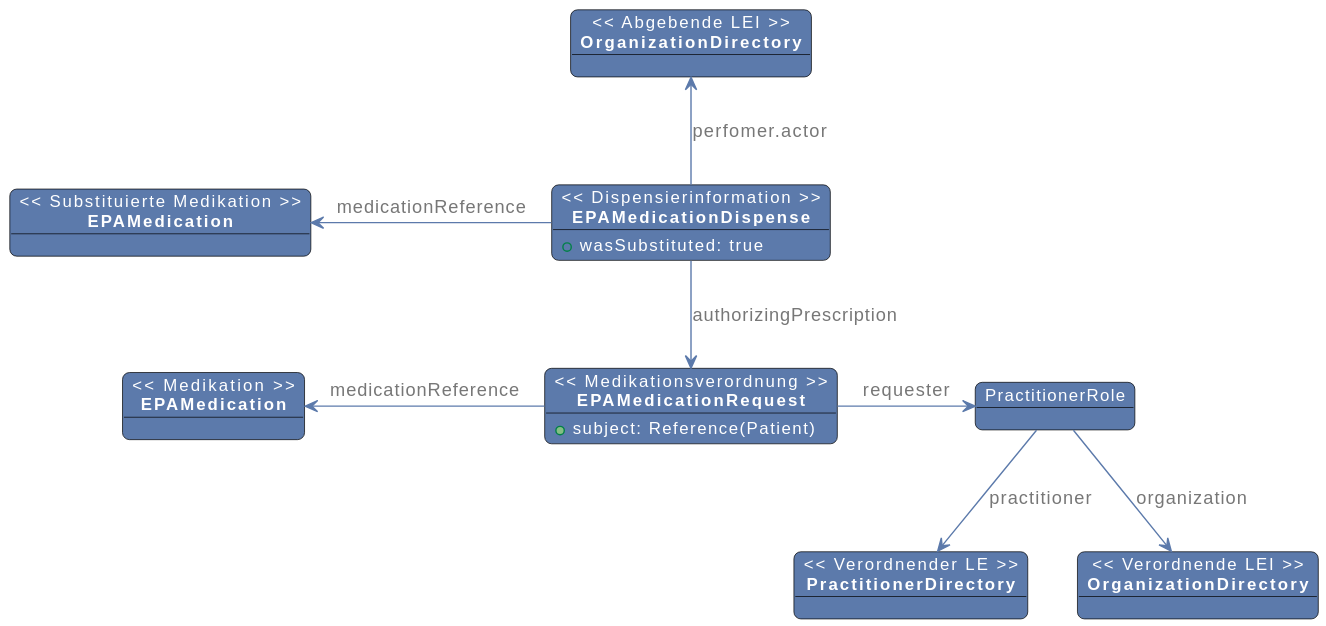
The PlantUML diagram images/plantuml/medication.fhir.substitution.svg in gematik/ePA-Medication, before a commit.
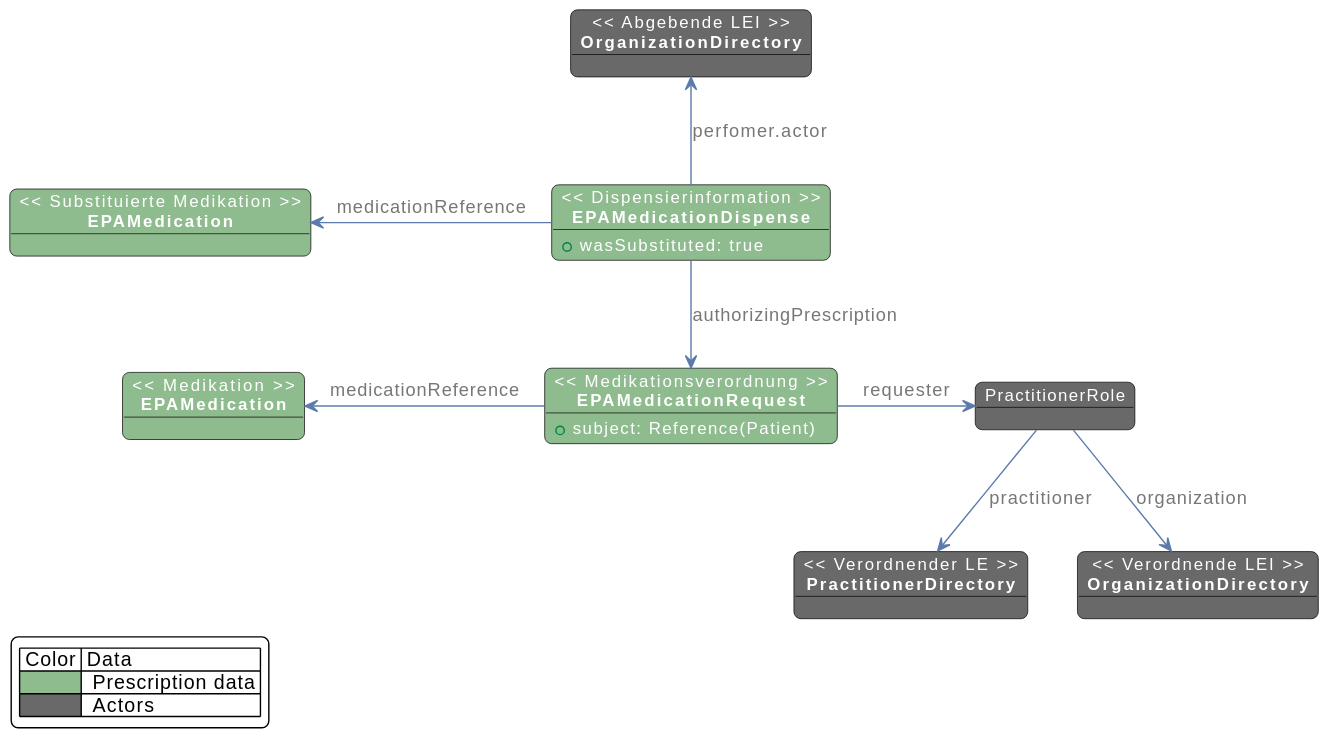
Later version of the same file.

What changed in the source:
```diff
@@ -2,7 +2,7 @@
 skinparam fixCircleLabelOverlapping false
 skinparam roundcorner 10
 skinparam object {
-    BackgroundColor #5c7aab
+    BackgroundColor DimGrey
     BorderColor Black
     ArrowColor #5c7aab
     FontSize 12
@@ -10,18 +10,18 @@
     NoteBackgroundColor #3483eb
     ArrowFontColor #777777
 }
-
+skinparam LegendBackgroundColor White
 
 object "<< Verordnender LE >>\n**PractitionerDirectory**" as PrescribingPractitioner
 object "<< Verordnende LEI >>\n**OrganizationDirectory**" as PrescribingOrganization
 object "<< Abgebende LEI >>\n**OrganizationDirectory**" as PharmOrganization
 object "PractitionerRole" as PractionerRole
-object "<< Medikation >>\n**EPAMedication**" as Medication
-object "<< Medikationsverordnung >>\n**EPAMedicationRequest**" as MedicationRequest {
+object "<< Medikation >>\n**EPAMedication**" as Medication #DarkSeaGreen
+object "<< Medikationsverordnung >>\n**EPAMedicationRequest**" as MedicationRequest #DarkSeaGreen {
     + subject: Reference(Patient)
 }
-object "<< Substituierte Medikation >>\n**EPAMedication**" as AltMedication
-object "<< Dispensierinformation >>\n**EPAMedicationDispense**" as MedicationDispense {
+object "<< Substituierte Medikation >>\n**EPAMedication**" as AltMedication #DarkSeaGreen
+object "<< Dispensierinformation >>\n**EPAMedicationDispense**" as MedicationDispense #DarkSeaGreen {
     + wasSubstituted: true
 }
 
@@ -36,4 +36,9 @@
 MedicationDispense -d-> MedicationRequest : authorizingPrescription
 MedicationDispense -u-> PharmOrganization : perfomer.actor
 
+legend left
+    | Color | Data |
+    |<#DarkSeaGreen>|  Prescription data |
+    |<#DimGrey>|  Actors |
+endlegend
 @enduml
```
